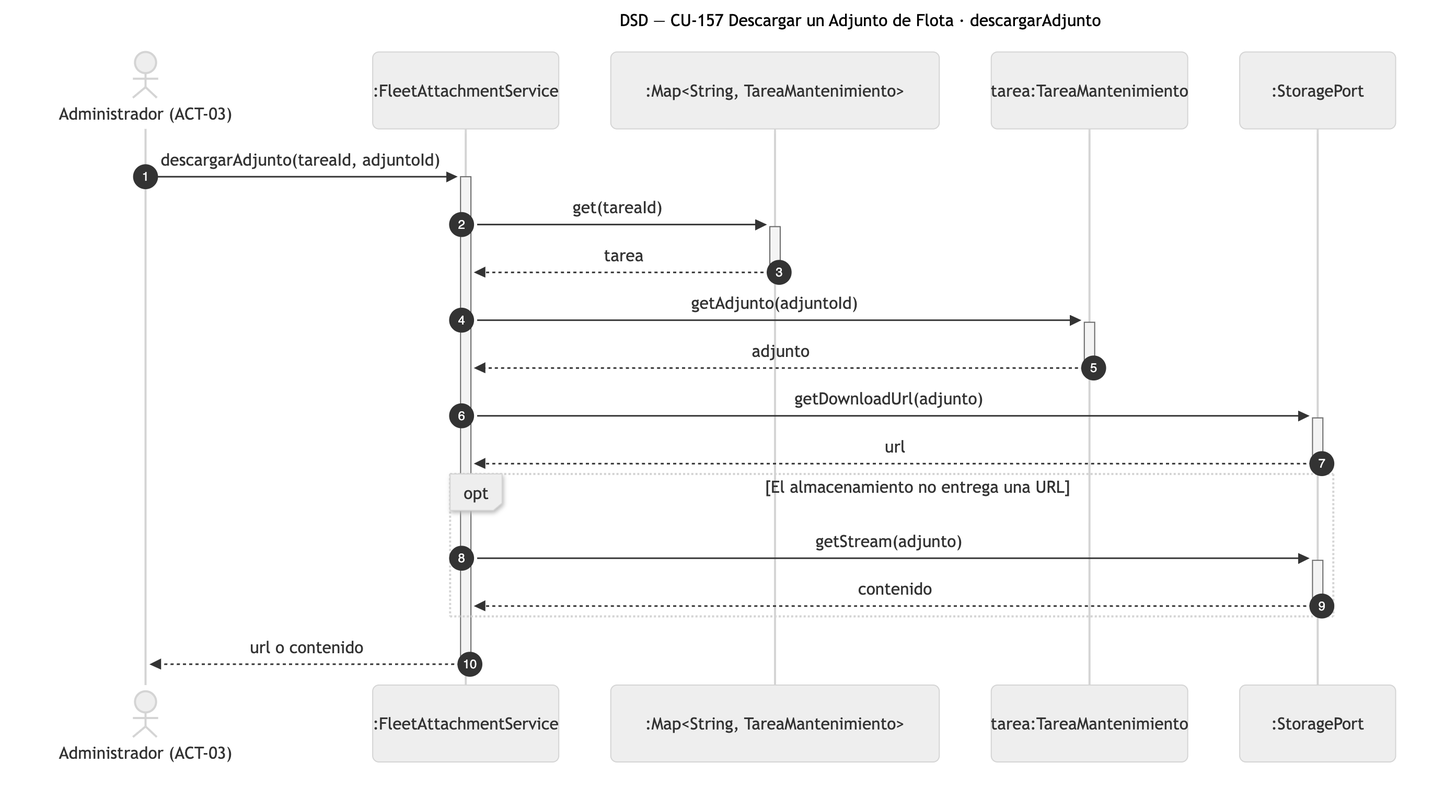
Nahuelito-Dev/splg-docs keeps this Mermaid diagram as diagramas/png/DSD_CU-157_descargarAdjunto.png. Above is the earlier version. Its source is kept beside it as diagramas/DSD_CU-157_descargarAdjunto.mmd. Its diagram source:
```mermaid
sequenceDiagram
    title DSD — CU-157 Descargar un Adjunto de Flota · descargarAdjunto
    autonumber
    actor ADM as Administrador (ACT-03)
    participant SRV as :FleetAttachmentService
    participant COL as :Map#lt;String, TareaMantenimiento#gt;
    participant TAR as tarea:TareaMantenimiento
    participant STO as :StoragePort

    ADM->>+SRV: descargarAdjunto(tareaId, adjuntoId)
    SRV->>+COL: get(tareaId)
    COL-->>-SRV: tarea
    SRV->>+TAR: getAdjunto(adjuntoId)
    TAR-->>-SRV: adjunto
    SRV->>+STO: getDownloadUrl(adjunto)
    STO-->>-SRV: url
    opt El almacenamiento no entrega una URL
        SRV->>+STO: getStream(adjunto)
        STO-->>-SRV: contenido
    end
    SRV-->>-ADM: url o contenido
```
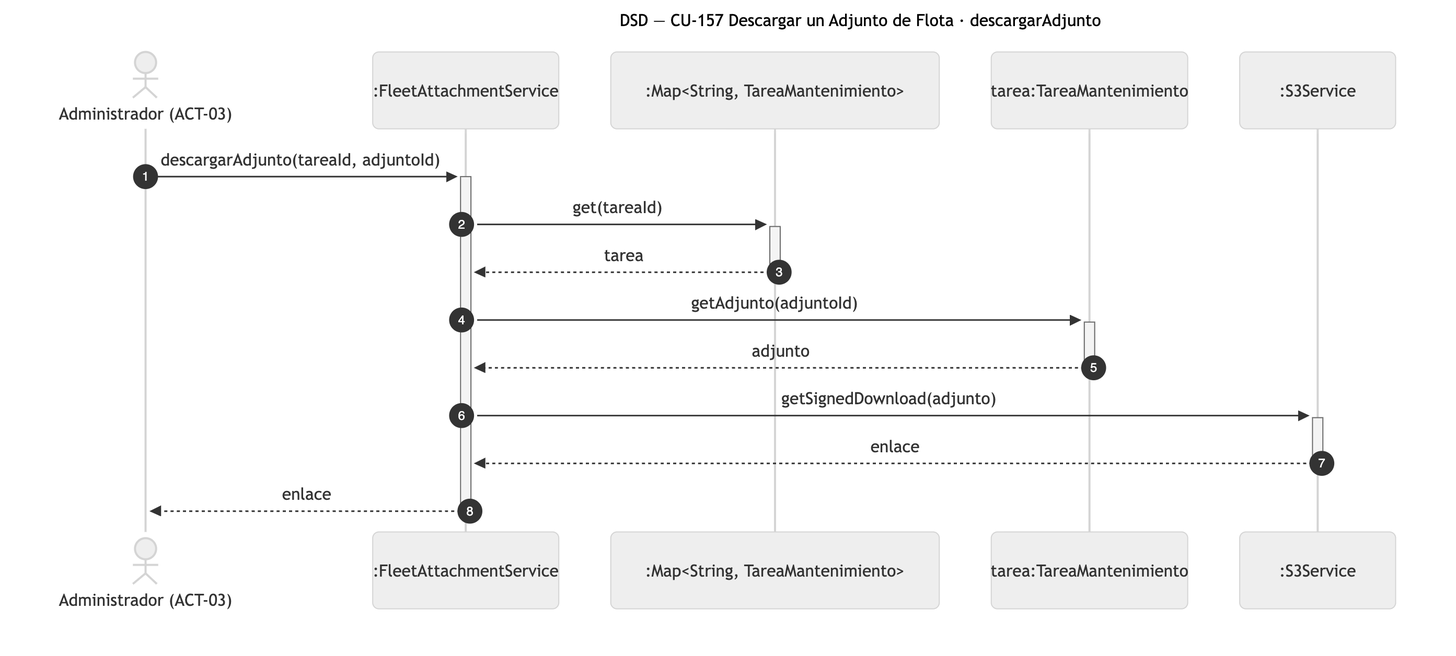
Later version of the same file.

What changed in the source:
```diff
@@ -5,17 +5,13 @@
     participant SRV as :FleetAttachmentService
     participant COL as :Map#lt;String, TareaMantenimiento#gt;
     participant TAR as tarea:TareaMantenimiento
-    participant STO as :StoragePort
+    participant S3 as :S3Service
 
     ADM->>+SRV: descargarAdjunto(tareaId, adjuntoId)
     SRV->>+COL: get(tareaId)
     COL-->>-SRV: tarea
     SRV->>+TAR: getAdjunto(adjuntoId)
     TAR-->>-SRV: adjunto
-    SRV->>+STO: getDownloadUrl(adjunto)
-    STO-->>-SRV: url
-    opt El almacenamiento no entrega una URL
-        SRV->>+STO: getStream(adjunto)
-        STO-->>-SRV: contenido
-    end
-    SRV-->>-ADM: url o contenido
+    SRV->>+S3: getSignedDownload(adjunto)
+    S3-->>-SRV: enlace
+    SRV-->>-ADM: enlace
```
